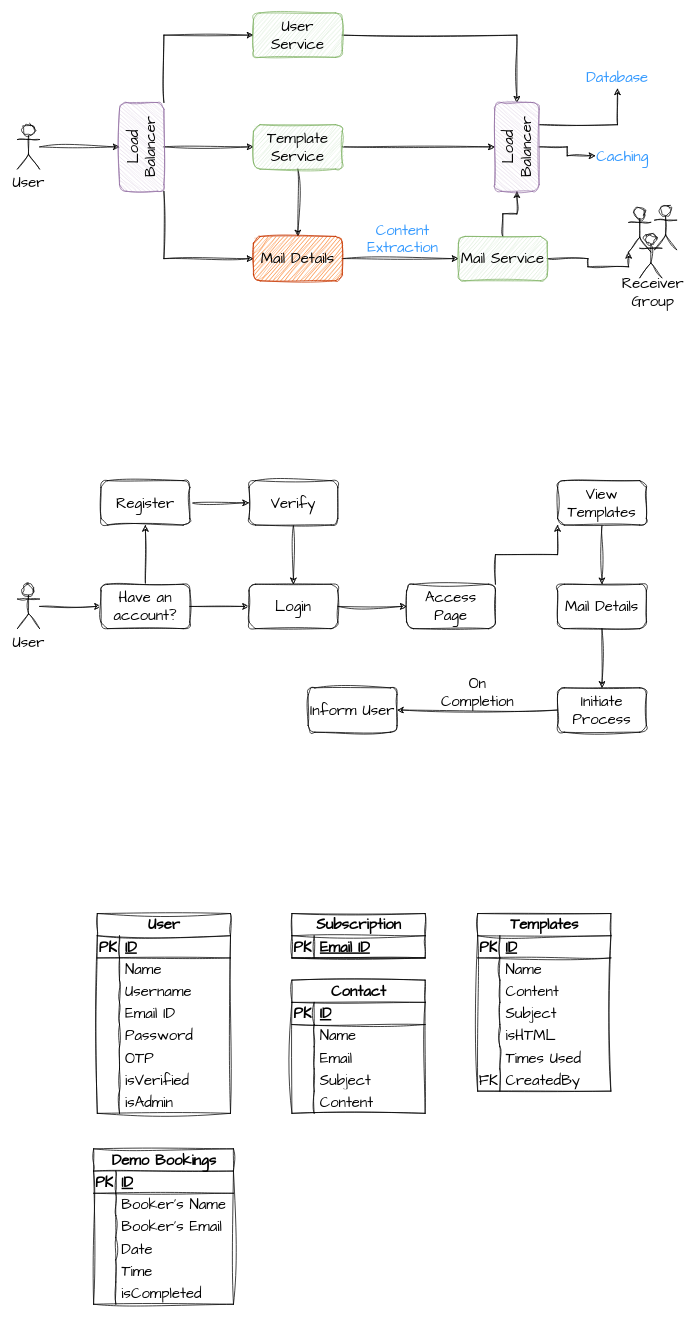
Earlier version of the draw.io diagram design assets/Mail Flock.drawio (gagan-gv/mail-flock). Source tidied: cells renumbered, new cells numbered last; positions are measured from the earlier drawing's top-left corner, leaving out a move shared by most shapes. Both pictures are drawn from the tidied source at 74%, with x=0, y=0 at pixel (17, 13).
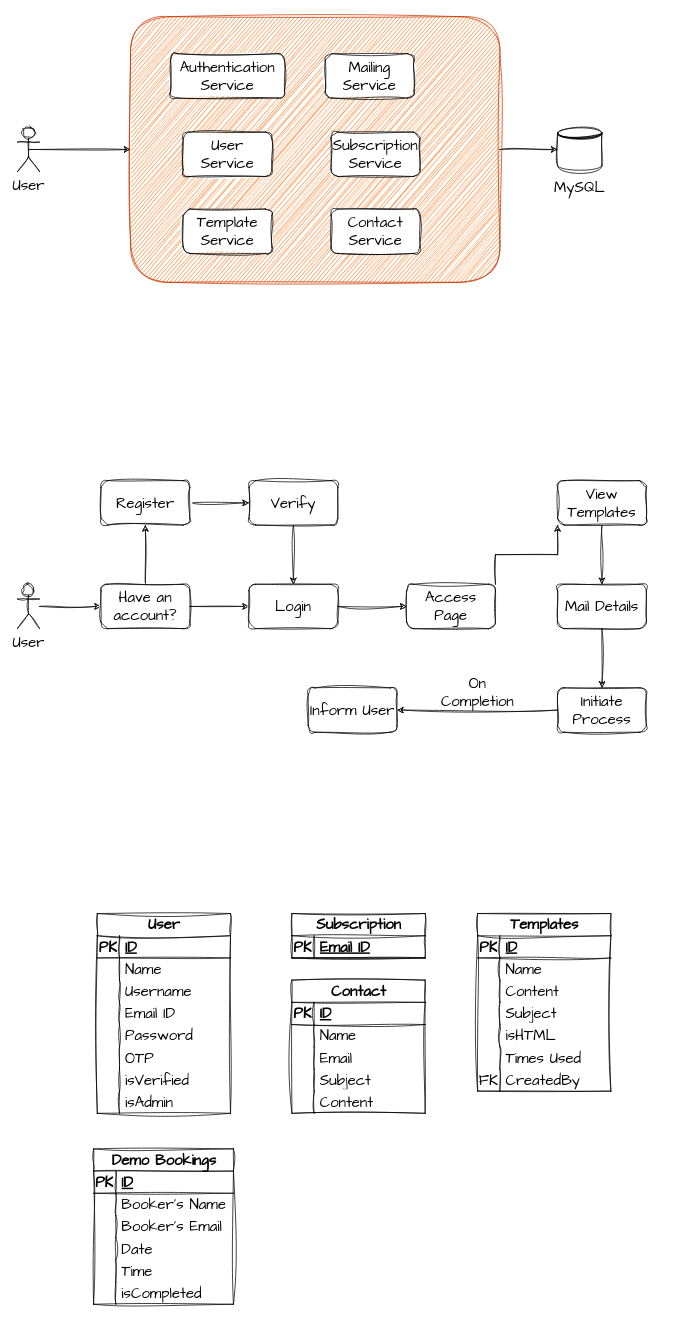
The same page after the edit.

Change to the diagram source:
```diff
@@
-    <mxCell id="2" style="edgeStyle=orthogonalEdgeStyle;rounded=0;sketch=1;hachureGap=4;jiggle=2;curveFitting=1;jettySize=auto;html=1;fontFamily=Architects Daughter;fontSize=16;" parent="1" edge="1" source="3" target="7">
-      <mxGeometry relative="1" as="geometry" />
-    </mxCell>
+    <mxCell id="136" style="edgeStyle=orthogonalEdgeStyle;rounded=0;sketch=1;hachureGap=4;jiggle=2;curveFitting=1;jettySize=auto;html=1;exitX=0.5;exitY=0.5;exitDx=0;exitDy=0;exitPerimeter=0;entryX=0;entryY=0.5;entryDx=0;entryDy=0;fontFamily=Architects Daughter;fontSize=16;" parent="1" edge="1" source="3" target="138">
+      <mxGeometry relative="1" as="geometry" />
+    </mxCell>
     <mxCell id="3" value="User" style="shape=umlActor;verticalLabelPosition=bottom;verticalAlign=top;html=1;outlineConnect=0;sketch=1;hachureGap=4;jiggle=2;curveFitting=1;fontFamily=Architects Daughter;fontSize=20;" parent="1" vertex="1">
-      <mxGeometry y="151" width="30" height="60" as="geometry" />
+      <mxGeometry y="154.5" width="30" height="60" as="geometry" />
     </mxCell>
-    <mxCell id="4" style="edgeStyle=orthogonalEdgeStyle;rounded=0;sketch=1;hachureGap=4;jiggle=2;curveFitting=1;jettySize=auto;html=1;fontFamily=Architects Daughter;fontSize=16;" parent="1" edge="1" source="7" target="12">
-      <mxGeometry relative="1" as="geometry" />
-    </mxCell>
-    <mxCell id="5" style="edgeStyle=orthogonalEdgeStyle;rounded=0;sketch=1;hachureGap=4;jiggle=2;curveFitting=1;jettySize=auto;html=1;exitX=1;exitY=1;exitDx=0;exitDy=0;entryX=0;entryY=0.5;entryDx=0;entryDy=0;fontFamily=Architects Daughter;fontSize=16;" parent="1" edge="1" source="7" target="9">
-      <mxGeometry relative="1" as="geometry" />
-    </mxCell>
-    <mxCell id="6" style="edgeStyle=orthogonalEdgeStyle;rounded=0;sketch=1;hachureGap=4;jiggle=2;curveFitting=1;jettySize=auto;html=1;exitX=0;exitY=1;exitDx=0;exitDy=0;entryX=0;entryY=0.5;entryDx=0;entryDy=0;fontFamily=Architects Daughter;fontSize=16;" parent="1" edge="1" source="7" target="14">
-      <mxGeometry relative="1" as="geometry" />
-    </mxCell>
-    <mxCell id="7" value="Load&lt;br&gt;Balancer" style="rounded=1;whiteSpace=wrap;html=1;sketch=1;hachureGap=4;jiggle=2;curveFitting=1;fontFamily=Architects Daughter;fontSize=20;rotation=270;fillColor=#e1d5e7;strokeColor=#9673a6;" parent="1" vertex="1">
-      <mxGeometry x="108" y="151" width="120" height="60" as="geometry" />
-    </mxCell>
-    <mxCell id="8" style="edgeStyle=orthogonalEdgeStyle;rounded=0;sketch=1;hachureGap=4;jiggle=2;curveFitting=1;jettySize=auto;html=1;exitX=1;exitY=0.5;exitDx=0;exitDy=0;entryX=1;entryY=0.5;entryDx=0;entryDy=0;fontFamily=Architects Daughter;fontSize=16;" parent="1" edge="1" source="9" target="94">
-      <mxGeometry relative="1" as="geometry" />
-    </mxCell>
-    <mxCell id="9" value="User Service" style="rounded=1;whiteSpace=wrap;html=1;sketch=1;hachureGap=4;jiggle=2;curveFitting=1;fontFamily=Architects Daughter;fontSize=20;fillColor=#d5e8d4;strokeColor=#82b366;" parent="1" vertex="1">
-      <mxGeometry x="319" width="120" height="60" as="geometry" />
-    </mxCell>
-    <mxCell id="10" style="edgeStyle=orthogonalEdgeStyle;rounded=0;sketch=1;hachureGap=4;jiggle=2;curveFitting=1;jettySize=auto;html=1;fontFamily=Architects Daughter;fontSize=16;" parent="1" edge="1" source="12" target="14">
-      <mxGeometry relative="1" as="geometry" />
-    </mxCell>
-    <mxCell id="11" style="edgeStyle=orthogonalEdgeStyle;rounded=0;sketch=1;hachureGap=4;jiggle=2;curveFitting=1;jettySize=auto;html=1;fontFamily=Architects Daughter;fontSize=16;" parent="1" edge="1" source="12" target="94">
-      <mxGeometry relative="1" as="geometry" />
-    </mxCell>
-    <mxCell id="12" value="Template Service" style="rounded=1;whiteSpace=wrap;html=1;sketch=1;hachureGap=4;jiggle=2;curveFitting=1;fontFamily=Architects Daughter;fontSize=20;fillColor=#d5e8d4;strokeColor=#82b366;" parent="1" vertex="1">
-      <mxGeometry x="319" y="151" width="120" height="60" as="geometry" />
-    </mxCell>
-    <mxCell id="13" style="edgeStyle=orthogonalEdgeStyle;rounded=0;sketch=1;hachureGap=4;jiggle=2;curveFitting=1;jettySize=auto;html=1;fontFamily=Architects Daughter;fontSize=16;" parent="1" edge="1" source="14" target="17">
-      <mxGeometry relative="1" as="geometry" />
-    </mxCell>
-    <mxCell id="14" value="Mail Details" style="rounded=1;whiteSpace=wrap;html=1;sketch=1;hachureGap=4;jiggle=2;curveFitting=1;fontFamily=Architects Daughter;fontSize=20;fillColor=#fa6800;strokeColor=#C73500;fontColor=#000000;" parent="1" vertex="1">
-      <mxGeometry x="319" y="302" width="120" height="60" as="geometry" />
-    </mxCell>
-    <mxCell id="15" style="edgeStyle=orthogonalEdgeStyle;rounded=0;sketch=1;hachureGap=4;jiggle=2;curveFitting=1;jettySize=auto;html=1;exitX=1;exitY=0.5;exitDx=0;exitDy=0;entryX=0;entryY=1;entryDx=0;entryDy=0;entryPerimeter=0;fontFamily=Architects Daughter;fontSize=16;" parent="1" edge="1" source="17" target="21">
-      <mxGeometry relative="1" as="geometry" />
-    </mxCell>
-    <mxCell id="16" style="edgeStyle=orthogonalEdgeStyle;rounded=0;sketch=1;hachureGap=4;jiggle=2;curveFitting=1;jettySize=auto;html=1;fontFamily=Architects Daughter;fontSize=16;" parent="1" edge="1" source="17" target="94">
-      <mxGeometry relative="1" as="geometry" />
-    </mxCell>
-    <mxCell id="17" value="Mail Service" style="rounded=1;whiteSpace=wrap;html=1;sketch=1;hachureGap=4;jiggle=2;curveFitting=1;fontFamily=Architects Daughter;fontSize=20;fillColor=#d5e8d4;strokeColor=#82b366;" parent="1" vertex="1">
-      <mxGeometry x="596" y="302" width="120" height="60" as="geometry" />
-    </mxCell>
-    <mxCell id="18" value="Content Extraction" style="text;html=1;strokeColor=none;fillColor=none;align=center;verticalAlign=middle;whiteSpace=wrap;rounded=0;fontSize=20;fontFamily=Architects Daughter;fontColor=#3399FF;" parent="1" vertex="1">
-      <mxGeometry x="491" y="290" width="60" height="30" as="geometry" />
-    </mxCell>
-    <mxCell id="19" style="group;" parent="1" vertex="1">
-      <mxGeometry x="826" y="260" width="65" height="98" as="geometry" />
-    </mxCell>
-    <mxCell id="20" style="shape=umlActor;verticalLabelPosition=bottom;verticalAlign=top;html=1;sketch=1;hachureGap=4;jiggle=2;curveFitting=1;fontFamily=Architects Daughter;fontSize=20;" parent="19" vertex="1">
-      <mxGeometry x="15" y="38" width="30" height="60" as="geometry" />
-    </mxCell>
-    <mxCell id="21" style="shape=umlActor;verticalLabelPosition=bottom;verticalAlign=top;html=1;outlineConnect=0;sketch=1;hachureGap=4;jiggle=2;curveFitting=1;fontFamily=Architects Daughter;fontSize=20;" parent="19" vertex="1">
-      <mxGeometry y="3" width="30" height="60" as="geometry" />
-    </mxCell>
-    <mxCell id="22" style="shape=umlActor;verticalLabelPosition=bottom;verticalAlign=top;html=1;sketch=1;hachureGap=4;jiggle=2;curveFitting=1;fontFamily=Architects Daughter;fontSize=20;" parent="19" vertex="1">
-      <mxGeometry x="35" width="30" height="60" as="geometry" />
-    </mxCell>
-    <mxCell id="23" value="Receiver Group" style="text;html=1;strokeColor=none;fillColor=none;align=center;verticalAlign=middle;whiteSpace=wrap;rounded=0;fontSize=20;fontFamily=Architects Daughter;" parent="1" vertex="1">
-      <mxGeometry x="829" y="362" width="60" height="30" as="geometry" />
-    </mxCell>
@@
-    <mxCell id="92" style="edgeStyle=orthogonalEdgeStyle;rounded=0;sketch=1;hachureGap=4;jiggle=2;curveFitting=1;jettySize=auto;html=1;fontFamily=Architects Daughter;fontSize=16;" parent="1" edge="1" source="94" target="96">
-      <mxGeometry relative="1" as="geometry" />
-    </mxCell>
-    <mxCell id="93" style="edgeStyle=orthogonalEdgeStyle;rounded=0;sketch=1;hachureGap=4;jiggle=2;curveFitting=1;jettySize=auto;html=1;exitX=0.75;exitY=1;exitDx=0;exitDy=0;fontFamily=Architects Daughter;fontSize=16;" parent="1" edge="1" source="94" target="95">
-      <mxGeometry relative="1" as="geometry" />
-    </mxCell>
-    <mxCell id="94" value="Load&lt;br&gt;Balancer" style="rounded=1;whiteSpace=wrap;html=1;sketch=1;hachureGap=4;jiggle=2;curveFitting=1;fontFamily=Architects Daughter;fontSize=20;rotation=270;fillColor=#e1d5e7;strokeColor=#9673a6;" parent="1" vertex="1">
-      <mxGeometry x="615" y="151" width="120" height="60" as="geometry" />
-    </mxCell>
-    <mxCell id="95" value="Database" style="text;html=1;strokeColor=none;fillColor=none;align=center;verticalAlign=middle;whiteSpace=wrap;rounded=0;fontSize=20;fontFamily=Architects Daughter;fontColor=#3399FF;" parent="1" vertex="1">
-      <mxGeometry x="781" y="72" width="60" height="30" as="geometry" />
-    </mxCell>
-    <mxCell id="96" value="Caching" style="text;html=1;strokeColor=none;fillColor=none;align=center;verticalAlign=middle;whiteSpace=wrap;rounded=0;fontSize=20;fontFamily=Architects Daughter;fontColor=#3399FF;" parent="1" vertex="1">
-      <mxGeometry x="781" y="178" width="74" height="30" as="geometry" />
-    </mxCell>
@@
+    <mxCell id="137" style="edgeStyle=orthogonalEdgeStyle;rounded=0;sketch=1;hachureGap=4;jiggle=2;curveFitting=1;jettySize=auto;html=1;fontFamily=Architects Daughter;fontSize=16;" parent="1" edge="1" source="138" target="143">
+      <mxGeometry relative="1" as="geometry" />
+    </mxCell>
+    <mxCell id="138" style="rounded=1;whiteSpace=wrap;html=1;sketch=1;hachureGap=4;jiggle=2;curveFitting=1;fontFamily=Architects Daughter;fontSize=20;fillColor=#fa6800;fontColor=#000000;strokeColor=#C73500;" parent="1" vertex="1">
+      <mxGeometry x="153" y="5" width="499" height="359" as="geometry" />
+    </mxCell>
+    <mxCell id="139" value="Authentication Service" style="rounded=1;whiteSpace=wrap;html=1;sketch=1;hachureGap=4;jiggle=2;curveFitting=1;fontFamily=Architects Daughter;fontSize=20;" parent="1" vertex="1">
+      <mxGeometry x="207" y="55" width="154" height="60" as="geometry" />
+    </mxCell>
+    <mxCell id="140" value="Mailing Service" style="rounded=1;whiteSpace=wrap;html=1;sketch=1;hachureGap=4;jiggle=2;curveFitting=1;fontFamily=Architects Daughter;fontSize=20;" parent="1" vertex="1">
+      <mxGeometry x="416" y="55" width="120" height="60" as="geometry" />
+    </mxCell>
+    <mxCell id="9" value="User Service" style="rounded=1;whiteSpace=wrap;html=1;sketch=1;hachureGap=4;jiggle=2;curveFitting=1;fontFamily=Architects Daughter;fontSize=20;" parent="1" vertex="1">
+      <mxGeometry x="224" y="161" width="120" height="60" as="geometry" />
+    </mxCell>
+    <mxCell id="141" value="Subscription Service" style="rounded=1;whiteSpace=wrap;html=1;sketch=1;hachureGap=4;jiggle=2;curveFitting=1;fontFamily=Architects Daughter;fontSize=20;" parent="1" vertex="1">
+      <mxGeometry x="424" y="161" width="120" height="60" as="geometry" />
+    </mxCell>
+    <mxCell id="12" value="Template Service" style="rounded=1;whiteSpace=wrap;html=1;sketch=1;hachureGap=4;jiggle=2;curveFitting=1;fontFamily=Architects Daughter;fontSize=20;" parent="1" vertex="1">
+      <mxGeometry x="224" y="265" width="120" height="60" as="geometry" />
+    </mxCell>
+    <mxCell id="142" value="Contact Service" style="rounded=1;whiteSpace=wrap;html=1;sketch=1;hachureGap=4;jiggle=2;curveFitting=1;fontFamily=Architects Daughter;fontSize=20;" parent="1" vertex="1">
+      <mxGeometry x="424" y="265" width="120" height="60" as="geometry" />
+    </mxCell>
+    <mxCell id="143" style="shape=datastore;whiteSpace=wrap;html=1;sketch=1;hachureGap=4;jiggle=2;curveFitting=1;fontFamily=Architects Daughter;fontSize=20;" parent="1" vertex="1">
+      <mxGeometry x="730" y="154.5" width="60" height="60" as="geometry" />
+    </mxCell>
+    <mxCell id="144" value="MySQL" style="text;html=1;strokeColor=none;fillColor=none;align=center;verticalAlign=middle;whiteSpace=wrap;rounded=0;fontSize=20;fontFamily=Architects Daughter;" parent="1" vertex="1">
+      <mxGeometry x="730" y="221" width="60" height="30" as="geometry" />
+    </mxCell>
```
